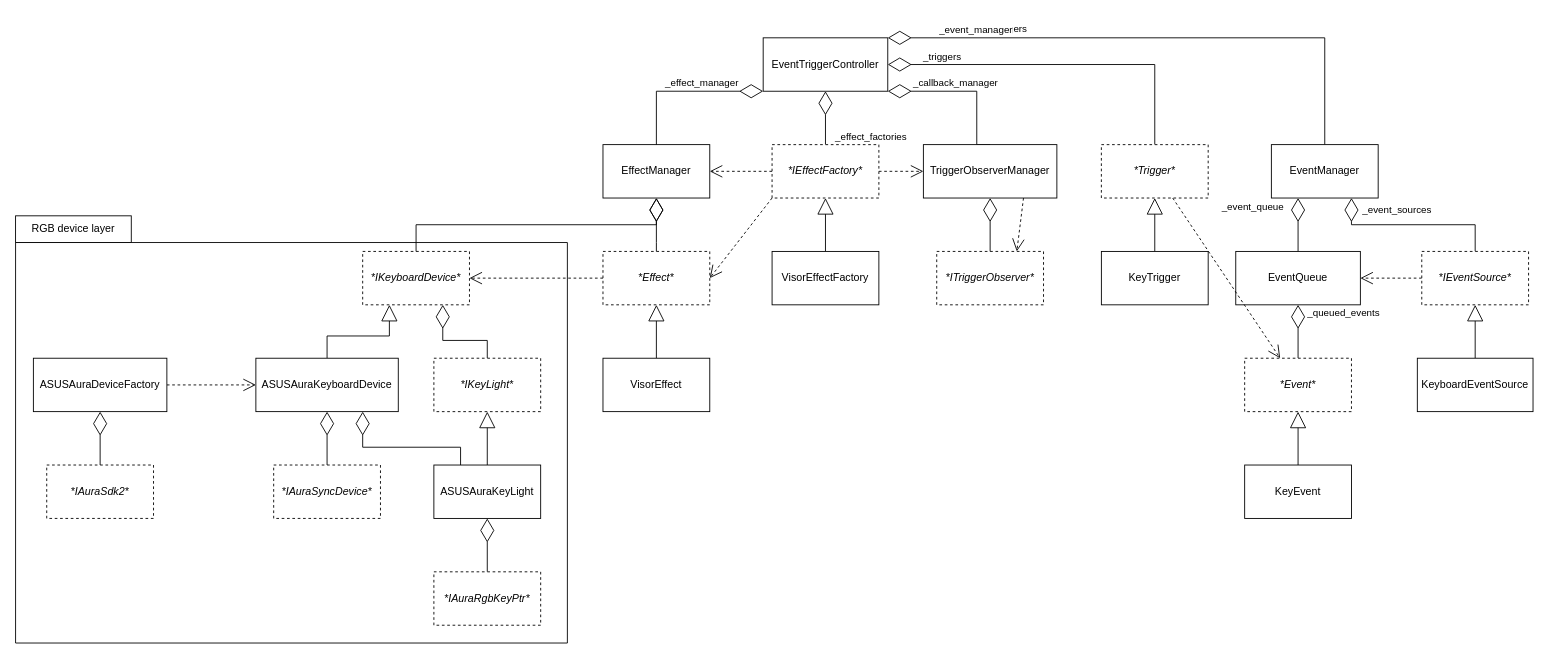
Earlier version of the draw.io diagram resources/Architecture.drawio (JE-FH/RGBStudio). Source tidied: cells renumbered, new cells numbered last; positions are measured from the earlier drawing's top-left corner, leaving out a move shared by most shapes. Both pictures are drawn from the tidied source at 89%, with x=0, y=0 at pixel (15, 37).
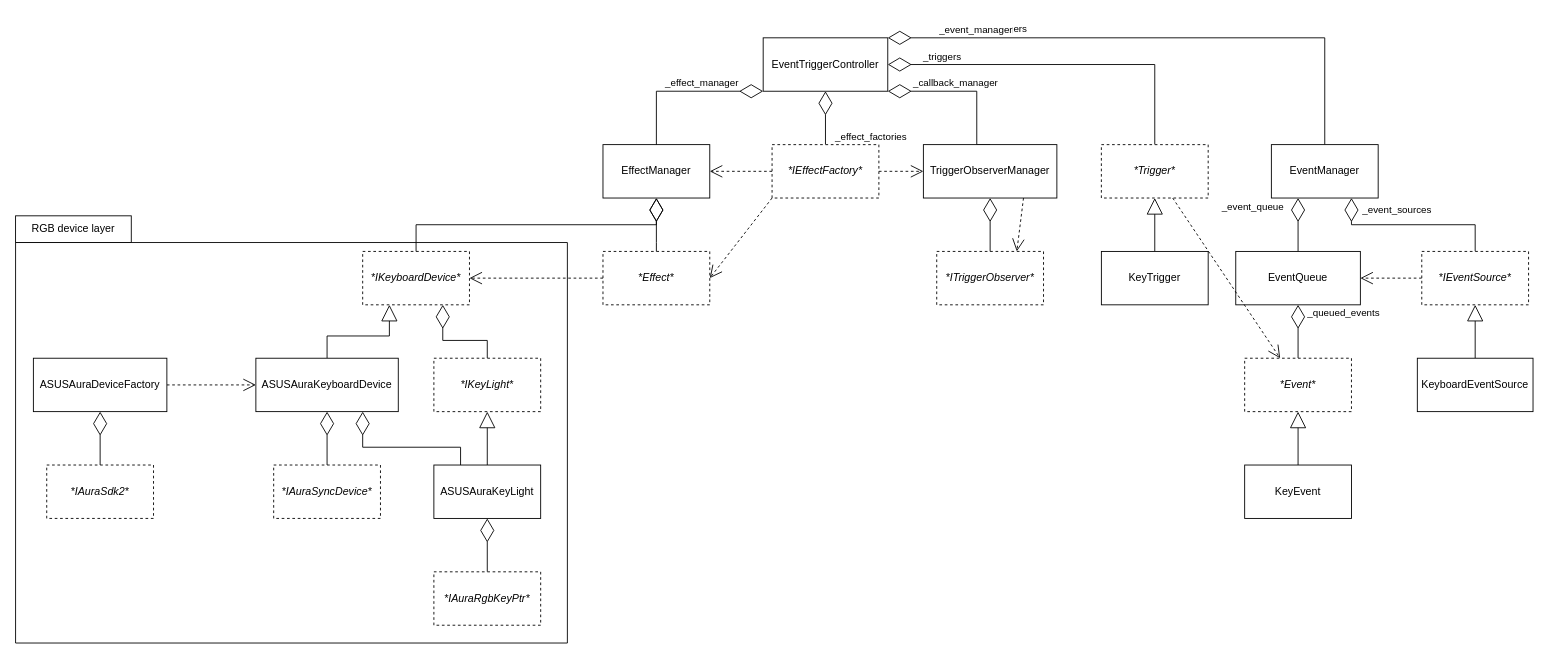
After the change.

The change refers to these unchanged cells:
```xml
<mxCell id="19" value="*Effect*" style="rounded=0;whiteSpace=wrap;html=1;dashed=1;fontStyle=2;" parent="1" vertex="1">
  <mxGeometry x="660" y="240" width="120" height="60" as="geometry" />
</mxCell>
<mxCell id="59" value="*IEffectFactory*" style="rounded=0;whiteSpace=wrap;html=1;dashed=1;fontStyle=2;" parent="1" vertex="1">
  <mxGeometry x="850" y="120" width="120" height="60" as="geometry" />
</mxCell>
```

Change to the diagram source:
```diff
@@
-    <mxCell id="20" style="edgeStyle=none;html=1;exitX=0.5;exitY=0;exitDx=0;exitDy=0;entryX=0.5;entryY=1;entryDx=0;entryDy=0;endArrow=block;endFill=0;endSize=16;" parent="1" edge="1" source="21" target="19">
-      <mxGeometry relative="1" as="geometry" />
-    </mxCell>
-    <mxCell id="21" value="VisorEffect" style="rounded=0;whiteSpace=wrap;html=1;" parent="1" vertex="1">
-      <mxGeometry x="660" y="360" width="120" height="60" as="geometry" />
-    </mxCell>
@@
-    <mxCell id="60" style="edgeStyle=none;html=1;entryX=0.5;entryY=1;entryDx=0;entryDy=0;endArrow=block;endFill=0;startSize=12;endSize=16;" parent="1" edge="1" source="62" target="59">
-      <mxGeometry relative="1" as="geometry" />
-    </mxCell>
@@
-    <mxCell id="62" value="VisorEffectFactory" style="rounded=0;whiteSpace=wrap;html=1;" parent="1" vertex="1">
-      <mxGeometry x="850" y="240" width="120" height="60" as="geometry" />
-    </mxCell>
```
